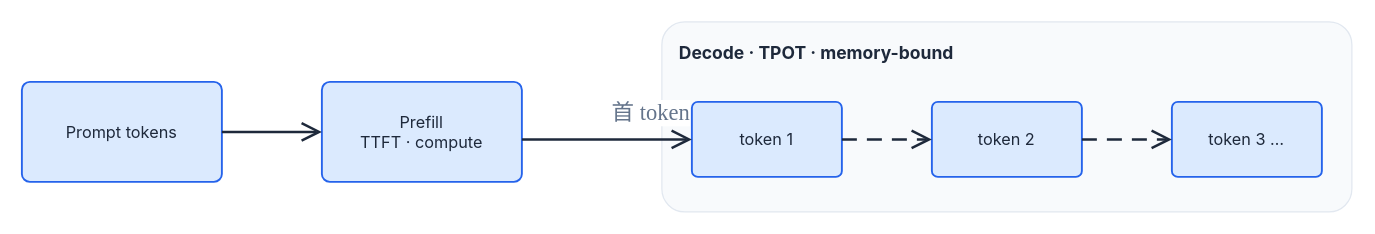
The draw.io diagram diagrams/llm-inference-01/fig1-request-timeline.drawio in xiangel/xiangel.github.io, before the edit. Source tidied: cells renumbered, new cells numbered last; positions are measured from the earlier drawing's top-left corner, leaving out a move shared by most shapes. Both pictures are drawn from the tidied source at 125%, with x=0, y=0 at pixel (21, 21).
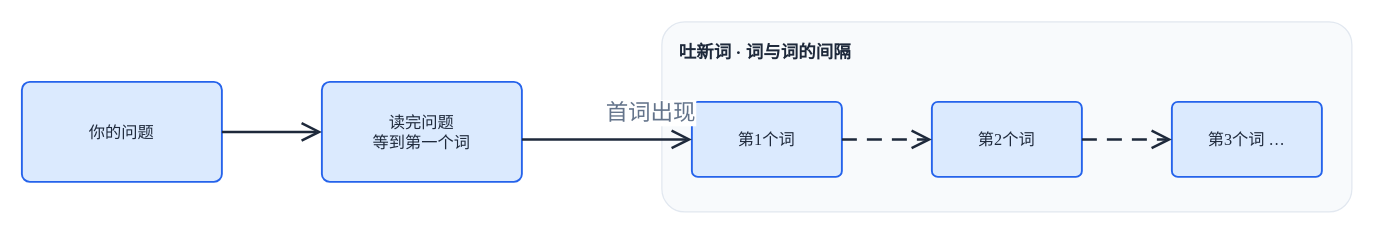
Above is the later version.

Diff of the diagram source:
```diff
@@
 <mxGraphModel background="#FFFFFF">
   <root>
     <mxCell id="0" />
     <mxCell id="1" parent="0" />
-    <mxCell id="2" value="Decode · TPOT · memory-bound" style="rounded=1;arcSize=12;html=1;whiteSpace=wrap;fillColor=#F8FAFC;strokeColor=#E2E8F0;strokeWidth=1;fontColor=#1E293B;fontSize=14;fontFamily=Inter, Roboto, system-ui, -apple-system, sans-serif;fontStyle=1;verticalAlign=top;align=left;spacingLeft=12;spacingTop=10;" parent="1" vertex="1">
+    <mxCell id="2" value="吐新词 · 词与词的间隔" style="rounded=1;arcSize=12;html=1;whiteSpace=wrap;fillColor=#F8FAFC;strokeColor=#E2E8F0;strokeWidth=1;fontColor=#1E293B;fontSize=14;fontFamily=Times New Roman,SimSun;fontStyle=1;verticalAlign=top;align=left;spacingLeft=12;spacingTop=10;" parent="1" vertex="1">
       <mxGeometry x="512" width="552" height="152" as="geometry" />
     </mxCell>
-    <mxCell id="3" value="Prompt tokens" style="rounded=1;arcSize=8;html=1;whiteSpace=wrap;fillColor=#DBEAFE;strokeColor=#2563EB;strokeWidth=1.5;fontColor=#1E293B;fontSize=13;fontFamily=Inter, Roboto, system-ui, -apple-system, sans-serif;verticalAlign=middle;align=center;" parent="1" vertex="1">
+    <mxCell id="3" value="你的问题" style="rounded=1;arcSize=8;html=1;whiteSpace=wrap;fillColor=#DBEAFE;strokeColor=#2563EB;strokeWidth=1.5;fontColor=#1E293B;fontSize=13;fontFamily=Times New Roman,SimSun;verticalAlign=middle;align=center;" parent="1" vertex="1">
       <mxGeometry y="48" width="160" height="80" as="geometry" />
     </mxCell>
-    <mxCell id="4" value="Prefill&lt;br&gt;TTFT · compute" style="rounded=1;arcSize=8;html=1;whiteSpace=wrap;fillColor=#DBEAFE;strokeColor=#2563EB;strokeWidth=1.5;fontColor=#1E293B;fontSize=13;fontFamily=Inter, Roboto, system-ui, -apple-system, sans-serif;verticalAlign=middle;align=center;" parent="1" vertex="1">
+    <mxCell id="4" value="读完问题&lt;br&gt;等到第一个词" style="rounded=1;arcSize=8;html=1;whiteSpace=wrap;fillColor=#DBEAFE;strokeColor=#2563EB;strokeWidth=1.5;fontColor=#1E293B;fontSize=13;fontFamily=Times New Roman,SimSun;verticalAlign=middle;align=center;" parent="1" vertex="1">
       <mxGeometry x="240" y="48" width="160" height="80" as="geometry" />
     </mxCell>
-    <mxCell id="5" value="token 1" style="rounded=1;arcSize=8;html=1;whiteSpace=wrap;fillColor=#DBEAFE;strokeColor=#2563EB;strokeWidth=1.5;fontColor=#1E293B;fontSize=13;fontFamily=Inter, Roboto, system-ui, -apple-system, sans-serif;verticalAlign=middle;align=center;" parent="2" vertex="1">
+    <mxCell id="5" value="第1个词" style="rounded=1;arcSize=8;html=1;whiteSpace=wrap;fillColor=#DBEAFE;strokeColor=#2563EB;strokeWidth=1.5;fontColor=#1E293B;fontSize=13;fontFamily=Times New Roman,SimSun;verticalAlign=middle;align=center;" parent="2" vertex="1">
       <mxGeometry x="24" y="64" width="120" height="60" as="geometry" />
     </mxCell>
-    <mxCell id="6" value="token 2" style="rounded=1;arcSize=8;html=1;whiteSpace=wrap;fillColor=#DBEAFE;strokeColor=#2563EB;strokeWidth=1.5;fontColor=#1E293B;fontSize=13;fontFamily=Inter, Roboto, system-ui, -apple-system, sans-serif;verticalAlign=middle;align=center;" parent="2" vertex="1">
+    <mxCell id="6" value="第2个词" style="rounded=1;arcSize=8;html=1;whiteSpace=wrap;fillColor=#DBEAFE;strokeColor=#2563EB;strokeWidth=1.5;fontColor=#1E293B;fontSize=13;fontFamily=Times New Roman,SimSun;verticalAlign=middle;align=center;" parent="2" vertex="1">
       <mxGeometry x="216" y="64" width="120" height="60" as="geometry" />
     </mxCell>
-    <mxCell id="7" value="token 3 …" style="rounded=1;arcSize=8;html=1;whiteSpace=wrap;fillColor=#DBEAFE;strokeColor=#2563EB;strokeWidth=1.5;fontColor=#1E293B;fontSize=13;fontFamily=Inter, Roboto, system-ui, -apple-system, sans-serif;verticalAlign=middle;align=center;" parent="2" vertex="1">
+    <mxCell id="7" value="第3个词 …" style="rounded=1;arcSize=8;html=1;whiteSpace=wrap;fillColor=#DBEAFE;strokeColor=#2563EB;strokeWidth=1.5;fontColor=#1E293B;fontSize=13;fontFamily=Times New Roman,SimSun;verticalAlign=middle;align=center;" parent="2" vertex="1">
       <mxGeometry x="408" y="64" width="120" height="60" as="geometry" />
     </mxCell>
     <mxCell id="8" style="edgeStyle=orthogonalEdgeStyle;rounded=0;jettySize=auto;html=1;strokeColor=#1E293B;strokeWidth=2;endArrow=open;endFill=0;endSize=12;exitX=1;exitY=0.5;exitDx=0;exitDy=0;entryX=0;entryY=0.5;entryDx=0;entryDy=0;jumpStyle=arc;jumpSize=8;" parent="1" edge="1" source="3" target="4">
       <mxGeometry relative="1" as="geometry" />
     </mxCell>
     <mxCell id="9" style="edgeStyle=orthogonalEdgeStyle;rounded=0;jettySize=auto;html=1;strokeColor=#1E293B;strokeWidth=2;endArrow=open;endFill=0;endSize=12;exitX=1;exitY=0.575;exitDx=0;exitDy=0;entryX=0;entryY=0.5;entryDx=0;entryDy=0;jumpStyle=arc;jumpSize=8;" parent="1" edge="1" source="4" target="5">
       <mxGeometry relative="1" as="geometry" />
     </mxCell>
-    <mxCell id="10" value="首 token" style="edgeLabel;html=1;align=center;verticalAlign=middle;fontSize=18;fontColor=#64748B;fontFamily=Times New Roman,SimSun;" parent="9" vertex="1">
+    <mxCell id="10" value="首词出现" style="edgeLabel;html=1;align=center;verticalAlign=middle;fontSize=18;fontColor=#64748B;fontFamily=Times New Roman,SimSun;" parent="9" vertex="1">
       <mxGeometry x="0.5" relative="1" as="geometry">
         <mxPoint y="-22" as="offset" />
       </mxGeometry>
     </mxCell>
     <mxCell id="11" style="edgeStyle=orthogonalEdgeStyle;rounded=0;jettySize=auto;html=1;strokeColor=#1E293B;strokeWidth=2;endArrow=open;endFill=0;endSize=12;exitX=1;exitY=0.5;exitDx=0;exitDy=0;entryX=0;entryY=0.5;entryDx=0;entryDy=0;dashed=1;dashPattern=6 4;jumpStyle=arc;jumpSize=8;" parent="1" edge="1" source="5" target="6">
       <mxGeometry relative="1" as="geometry" />
     </mxCell>
     <mxCell id="12" style="edgeStyle=orthogonalEdgeStyle;rounded=0;jettySize=auto;html=1;strokeColor=#1E293B;strokeWidth=2;endArrow=open;endFill=0;endSize=12;exitX=1;exitY=0.5;exitDx=0;exitDy=0;entryX=0;entryY=0.5;entryDx=0;entryDy=0;dashed=1;dashPattern=6 4;jumpStyle=arc;jumpSize=8;" parent="1" edge="1" source="6" target="7">
       <mxGeometry relative="1" as="geometry" />
     </mxCell>
   </root>
 </mxGraphModel>
```
